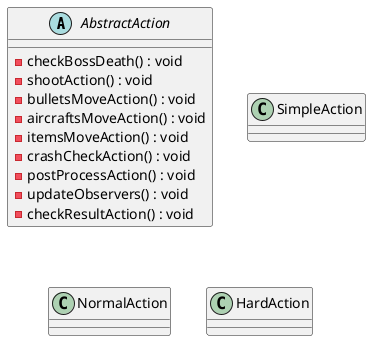
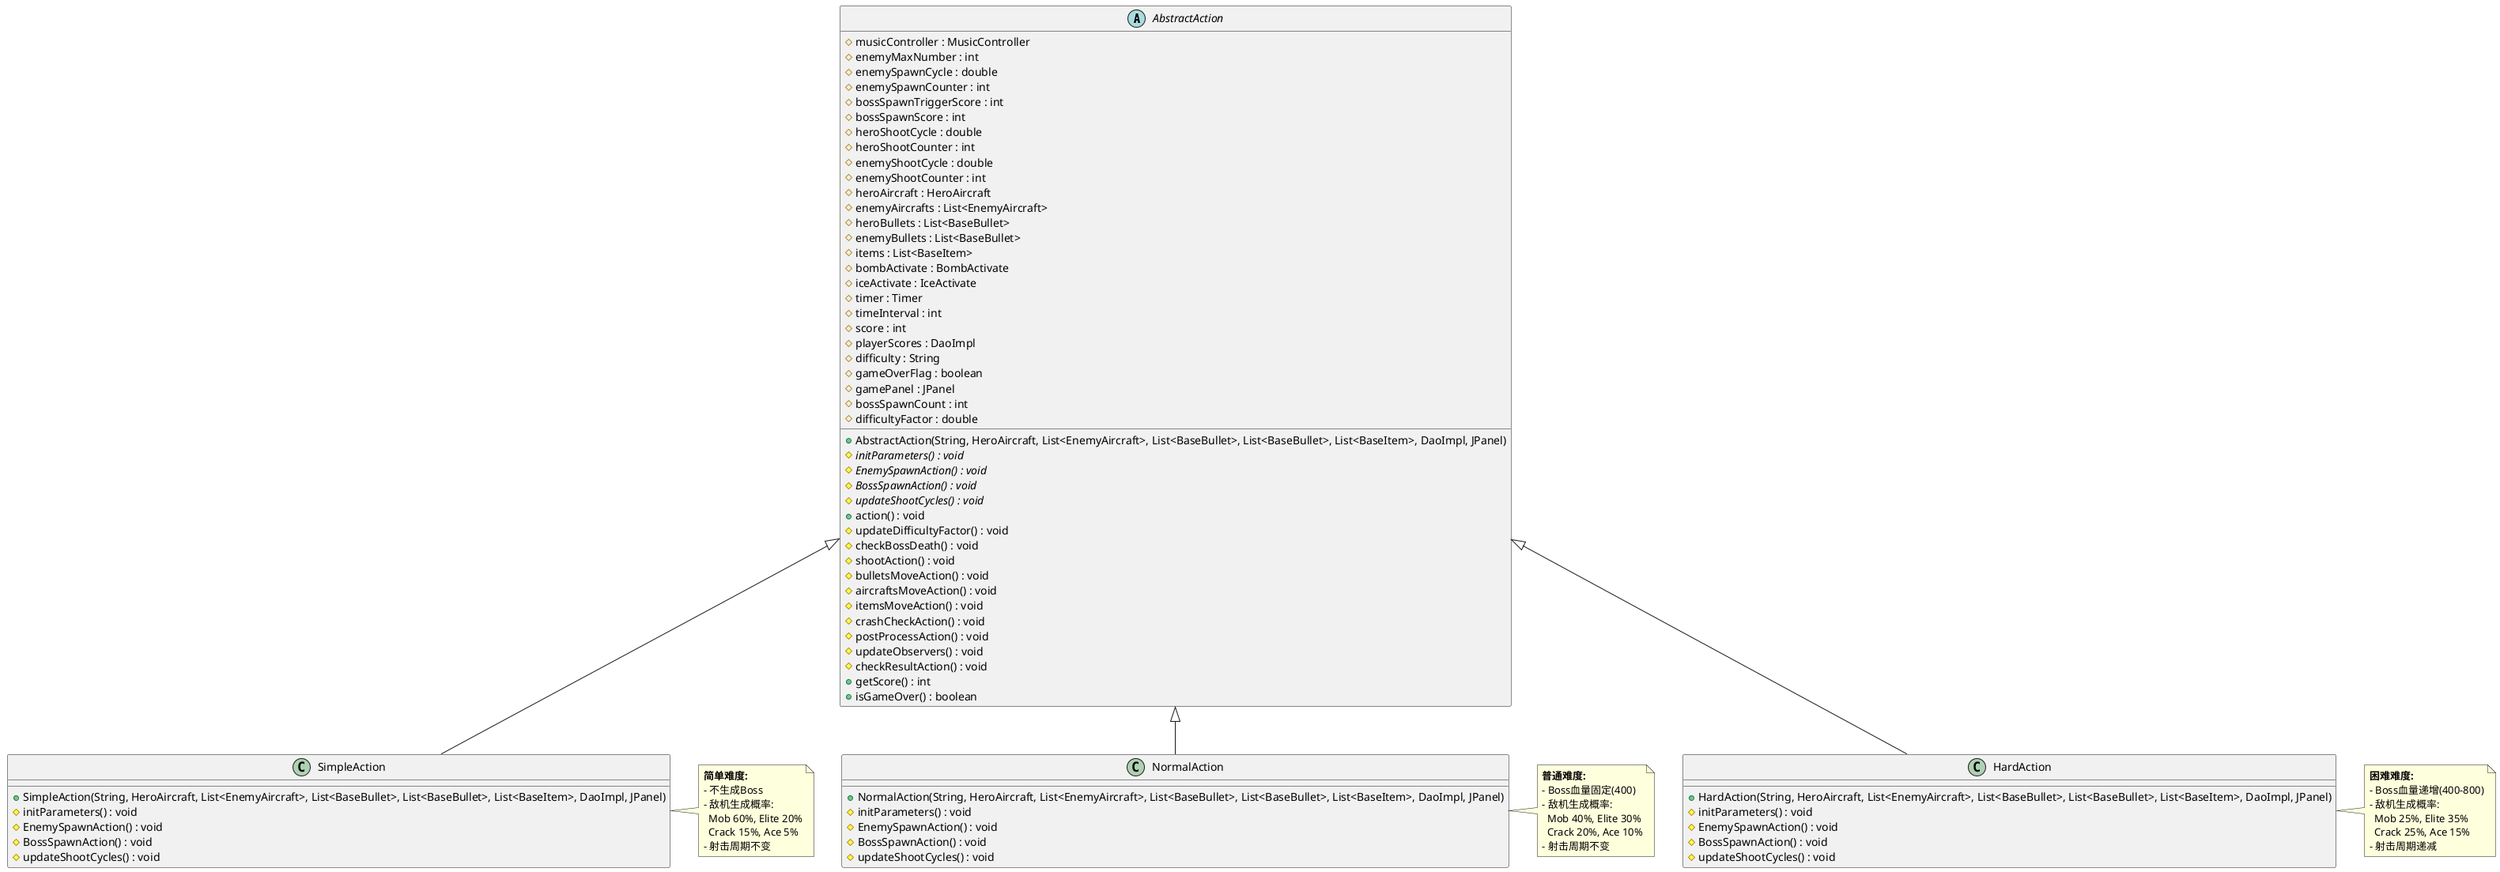
@startuml
'https://plantuml.com/class-diagram

abstract class AbstractAction {
-     - checkBossDeath() : void
-     - shootAction() : void
-     - bulletsMoveAction() : void
-     - aircraftsMoveAction() : void
-     - itemsMoveAction() : void
-     - crashCheckAction() : void
-     - postProcessAction() : void
-     - updateObservers() : void
-     - checkResultAction() : void
+     # musicController : MusicController
+     # enemyMaxNumber : int
+     # enemySpawnCycle : double
+     # enemySpawnCounter : int
+     # bossSpawnTriggerScore : int
+     # bossSpawnScore : int
+     # heroShootCycle : double
+     # heroShootCounter : int
+     # enemyShootCycle : double
+     # enemyShootCounter : int
+     # heroAircraft : HeroAircraft
+     # enemyAircrafts : List<EnemyAircraft>
+     # heroBullets : List<BaseBullet>
+     # enemyBullets : List<BaseBullet>
+     # items : List<BaseItem>
+     # bombActivate : BombActivate
+     # iceActivate : IceActivate
+     # timer : Timer
+     # timeInterval : int
+     # score : int
+     # playerScores : DaoImpl
+     # difficulty : String
+     # gameOverFlag : boolean
+     # gamePanel : JPanel
+     # bossSpawnCount : int
+     # difficultyFactor : double
+ 
+     + AbstractAction(String, HeroAircraft, List<EnemyAircraft>, List<BaseBullet>, List<BaseBullet>, List<BaseItem>, DaoImpl, JPanel)
+     # {abstract} initParameters() : void
+     # {abstract} EnemySpawnAction() : void
+     # {abstract} BossSpawnAction() : void
+     # {abstract} updateShootCycles() : void
+     + action() : void
+     # updateDifficultyFactor() : void
+     # checkBossDeath() : void
+     # shootAction() : void
+     # bulletsMoveAction() : void
+     # aircraftsMoveAction() : void
+     # itemsMoveAction() : void
+     # crashCheckAction() : void
+     # postProcessAction() : void
+     # updateObservers() : void
+     # checkResultAction() : void
+     + getScore() : int
+     + isGameOver() : boolean
}

class SimpleAction {
- 
+     + SimpleAction(String, HeroAircraft, List<EnemyAircraft>, List<BaseBullet>, List<BaseBullet>, List<BaseItem>, DaoImpl, JPanel)
+     # initParameters() : void
+     # EnemySpawnAction() : void
+     # BossSpawnAction() : void
+     # updateShootCycles() : void
}

class NormalAction {
- 
+     + NormalAction(String, HeroAircraft, List<EnemyAircraft>, List<BaseBullet>, List<BaseBullet>, List<BaseItem>, DaoImpl, JPanel)
+     # initParameters() : void
+     # EnemySpawnAction() : void
+     # BossSpawnAction() : void
+     # updateShootCycles() : void
}

class HardAction {
- 
+     + HardAction(String, HeroAircraft, List<EnemyAircraft>, List<BaseBullet>, List<BaseBullet>, List<BaseItem>, DaoImpl, JPanel)
+     # initParameters() : void
+     # EnemySpawnAction() : void
+     # BossSpawnAction() : void
+     # updateShootCycles() : void
}

+ AbstractAction <|-- SimpleAction
+ AbstractAction <|-- NormalAction
+ AbstractAction <|-- HardAction
+ 
+ note right of SimpleAction
+   <b>简单难度:</b>
+   - 不生成Boss
+   - 敌机生成概率:
+     Mob 60%, Elite 20%
+     Crack 15%, Ace 5%
+   - 射击周期不变
+ end note
+ 
+ note right of NormalAction
+   <b>普通难度:</b>
+   - Boss血量固定(400)
+   - 敌机生成概率:
+     Mob 40%, Elite 30%
+     Crack 20%, Ace 10%
+   - 射击周期不变
+ end note
+ 
+ note right of HardAction
+   <b>困难难度:</b>
+   - Boss血量递增(400-800)
+   - 敌机生成概率:
+     Mob 25%, Elite 35%
+     Crack 25%, Ace 15%
+   - 射击周期递减
+ end note
+ 
@enduml